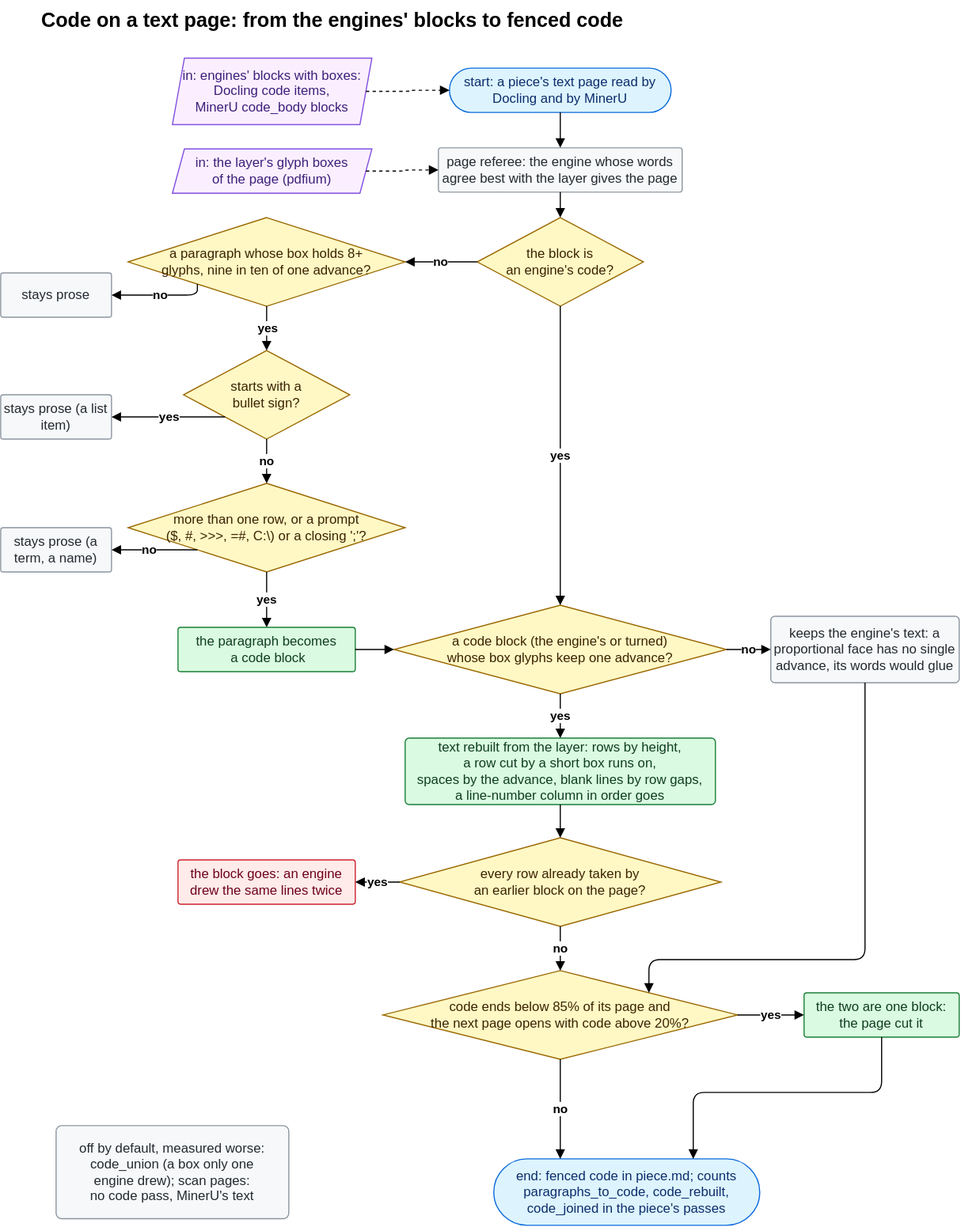
The draw.io diagram docs/diagrams/code.drawio.svg in rikitikitav1/ocr-lab, before a commit. Source tidied: cells renumbered, new cells last; positions are measured from the earlier drawing's top-left corner, leaving out a move shared by most shapes.
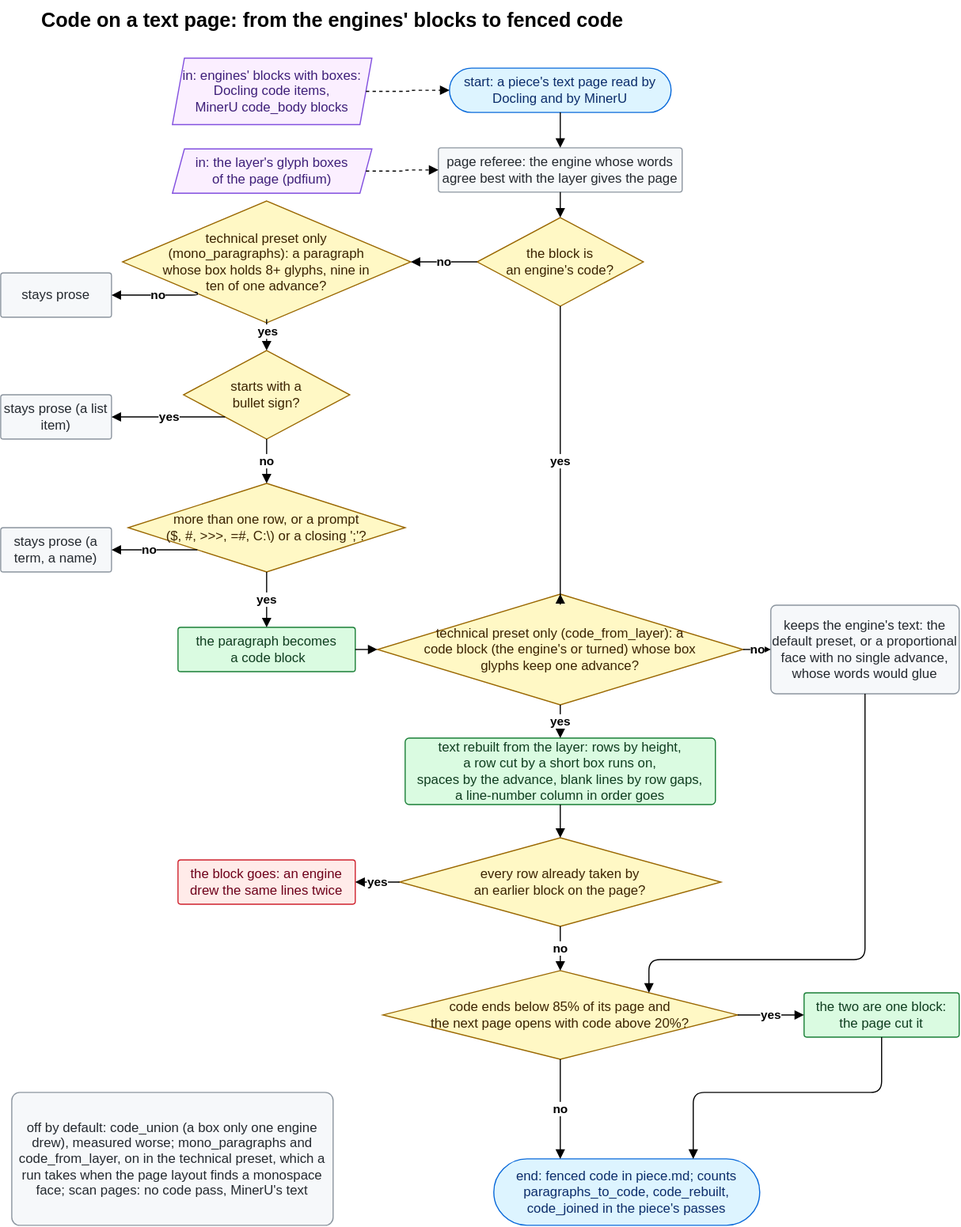
Above is the later version.

What changed in the source:
```diff
@@ -20,8 +20,8 @@
     <mxCell id="7" value="the block is&lt;br&gt;an engine&amp;#x27;s code?" style="html=1;whiteSpace=wrap;fontSize=12;fillColor=light-dark(#FFF8C5,#272115);strokeColor=light-dark(#9A6700,#BB8009);fontColor=light-dark(#3B2300,#F8E3A1);rhombus;" parent="1" vertex="1">
       <mxGeometry x="430" y="196" width="150" height="80" as="geometry" />
     </mxCell>
-    <mxCell id="8" value="a paragraph whose box holds 8+&lt;br&gt;glyphs, nine in ten of one advance?" style="html=1;whiteSpace=wrap;fontSize=12;fillColor=light-dark(#FFF8C5,#272115);strokeColor=light-dark(#9A6700,#BB8009);fontColor=light-dark(#3B2300,#F8E3A1);rhombus;" parent="1" vertex="1">
-      <mxGeometry x="115" y="196" width="250" height="80" as="geometry" />
+    <mxCell id="8" value="technical preset only (mono_paragraphs): a paragraph whose box holds 8+ glyphs, nine in ten of one advance?" style="html=1;whiteSpace=wrap;fontSize=12;fillColor=light-dark(#FFF8C5,#272115);strokeColor=light-dark(#9A6700,#BB8009);fontColor=light-dark(#3B2300,#F8E3A1);rhombus;spacingLeft=30;spacingRight=30;" parent="1" vertex="1">
+      <mxGeometry x="110" y="181" width="260" height="110" as="geometry" />
     </mxCell>
     <mxCell id="9" value="stays prose" style="html=1;whiteSpace=wrap;fontSize=12;fillColor=light-dark(#F6F8FA,#161B22);strokeColor=light-dark(#8C959F,#6E7681);fontColor=light-dark(#24292F,#E6EDF3);rounded=1;arcSize=6;" parent="1" vertex="1">
       <mxGeometry y="246" width="100" height="40" as="geometry" />
@@ -41,11 +41,11 @@
     <mxCell id="14" value="the paragraph becomes&lt;div&gt;&amp;nbsp;a code block&lt;/div&gt;" style="html=1;whiteSpace=wrap;fontSize=12;fillColor=light-dark(#DAFBE1,#12261E);strokeColor=light-dark(#1A7F37,#3FB950);fontColor=light-dark(#0F3D1F,#AFF5B4);rounded=1;arcSize=6;" parent="1" vertex="1">
       <mxGeometry x="160" y="566" width="160" height="40" as="geometry" />
     </mxCell>
-    <mxCell id="15" value="a code block (the engine&amp;#x27;s or turned)&lt;br&gt;whose box glyphs keep one advance?" style="html=1;whiteSpace=wrap;fontSize=12;fillColor=light-dark(#FFF8C5,#272115);strokeColor=light-dark(#9A6700,#BB8009);fontColor=light-dark(#3B2300,#F8E3A1);rhombus;" parent="1" vertex="1">
-      <mxGeometry x="355" y="546" width="300" height="80" as="geometry" />
+    <mxCell id="15" value="technical preset only (code_from_layer): a code block (the engine's or turned) whose box glyphs keep one advance?" style="html=1;whiteSpace=wrap;fontSize=12;fillColor=light-dark(#FFF8C5,#272115);strokeColor=light-dark(#9A6700,#BB8009);fontColor=light-dark(#3B2300,#F8E3A1);rhombus;spacingLeft=40;spacingRight=40;" parent="1" vertex="1">
+      <mxGeometry x="340" y="536" width="330" height="100" as="geometry" />
     </mxCell>
-    <mxCell id="16" value="keeps the engine&amp;#x27;s text: a&lt;br&gt;proportional face has no single&lt;br&gt;advance, its words would glue" style="html=1;whiteSpace=wrap;fontSize=12;fillColor=light-dark(#F6F8FA,#161B22);strokeColor=light-dark(#8C959F,#6E7681);fontColor=light-dark(#24292F,#E6EDF3);rounded=1;arcSize=6;" parent="1" vertex="1">
-      <mxGeometry x="695" y="556" width="170" height="60" as="geometry" />
+    <mxCell id="16" value="keeps the engine's text: the default preset, or a proportional face with no single advance, whose words would glue" style="html=1;whiteSpace=wrap;fontSize=12;fillColor=light-dark(#F6F8FA,#161B22);strokeColor=light-dark(#8C959F,#6E7681);fontColor=light-dark(#24292F,#E6EDF3);rounded=1;arcSize=6;" parent="1" vertex="1">
+      <mxGeometry x="695" y="546" width="170" height="80" as="geometry" />
     </mxCell>
     <mxCell id="17" value="text rebuilt from the layer: rows by height,&lt;br&gt;a row cut by a short box runs on,&lt;br&gt;spaces by the advance, blank lines by row gaps,&lt;br&gt;a line-number column in order goes" style="html=1;whiteSpace=wrap;fontSize=12;fillColor=light-dark(#DAFBE1,#12261E);strokeColor=light-dark(#1A7F37,#3FB950);fontColor=light-dark(#0F3D1F,#AFF5B4);rounded=1;arcSize=6;" parent="1" vertex="1">
       <mxGeometry x="365" y="666" width="280" height="60" as="geometry" />
@@ -65,8 +65,8 @@
     <mxCell id="22" value="end: fenced code in piece.md; counts&lt;br&gt;paragraphs_to_code, code_rebuilt,&lt;br&gt;code_joined in the piece's passes" style="html=1;whiteSpace=wrap;fontSize=12;fillColor=light-dark(#DDF4FF,#132339);strokeColor=light-dark(#0969DA,#4493F8);fontColor=light-dark(#0C2D6B,#C6E6FF);rounded=1;arcSize=50;" parent="1" vertex="1">
       <mxGeometry x="445" y="1046" width="240" height="60" as="geometry" />
     </mxCell>
-    <mxCell id="23" value="off by default, measured worse:&lt;br&gt;code_union (a box only one&lt;br&gt;engine drew); scan pages:&lt;br&gt;no code pass, MinerU&amp;#x27;s text" style="html=1;whiteSpace=wrap;fontSize=12;fillColor=light-dark(#F6F8FA,#161B22);strokeColor=light-dark(#8C959F,#6E7681);fontColor=light-dark(#24292F,#E6EDF3);rounded=1;arcSize=6;" parent="1" vertex="1">
-      <mxGeometry x="50" y="1016" width="210" height="84" as="geometry" />
+    <mxCell id="23" value="off by default: code_union (a box only one engine drew), measured worse; mono_paragraphs and code_from_layer, on in the technical preset, which a run takes when the page layout finds a monospace face; scan pages: no code pass, MinerU's text" style="html=1;whiteSpace=wrap;fontSize=12;fillColor=light-dark(#F6F8FA,#161B22);strokeColor=light-dark(#8C959F,#6E7681);fontColor=light-dark(#24292F,#E6EDF3);rounded=1;arcSize=6;" parent="1" vertex="1">
+      <mxGeometry x="10" y="986" width="290" height="120" as="geometry" />
     </mxCell>
     <mxCell id="24" style="edgeStyle=orthogonalEdgeStyle;html=1;endArrow=block;endFill=1;fontStyle=1;fontSize=11;" parent="1" edge="1" source="3" target="5">
       <mxGeometry relative="1" as="geometry" />
```
